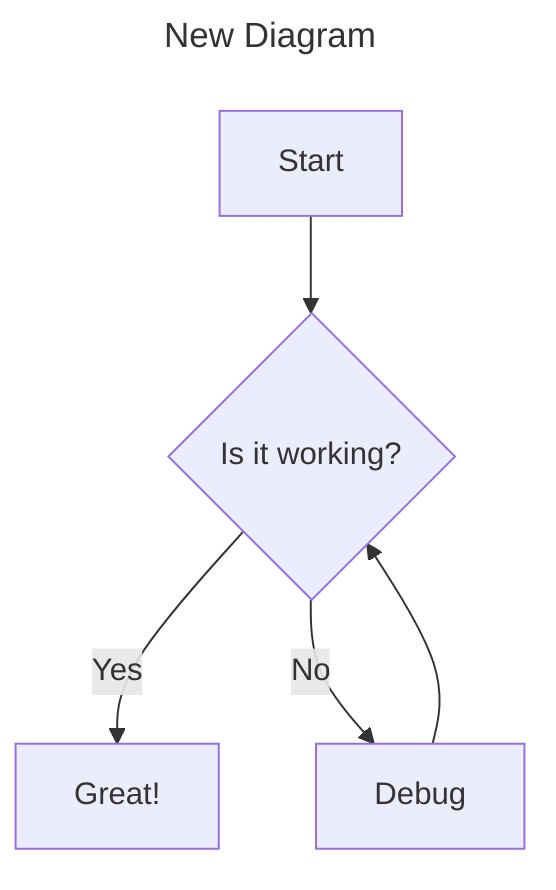
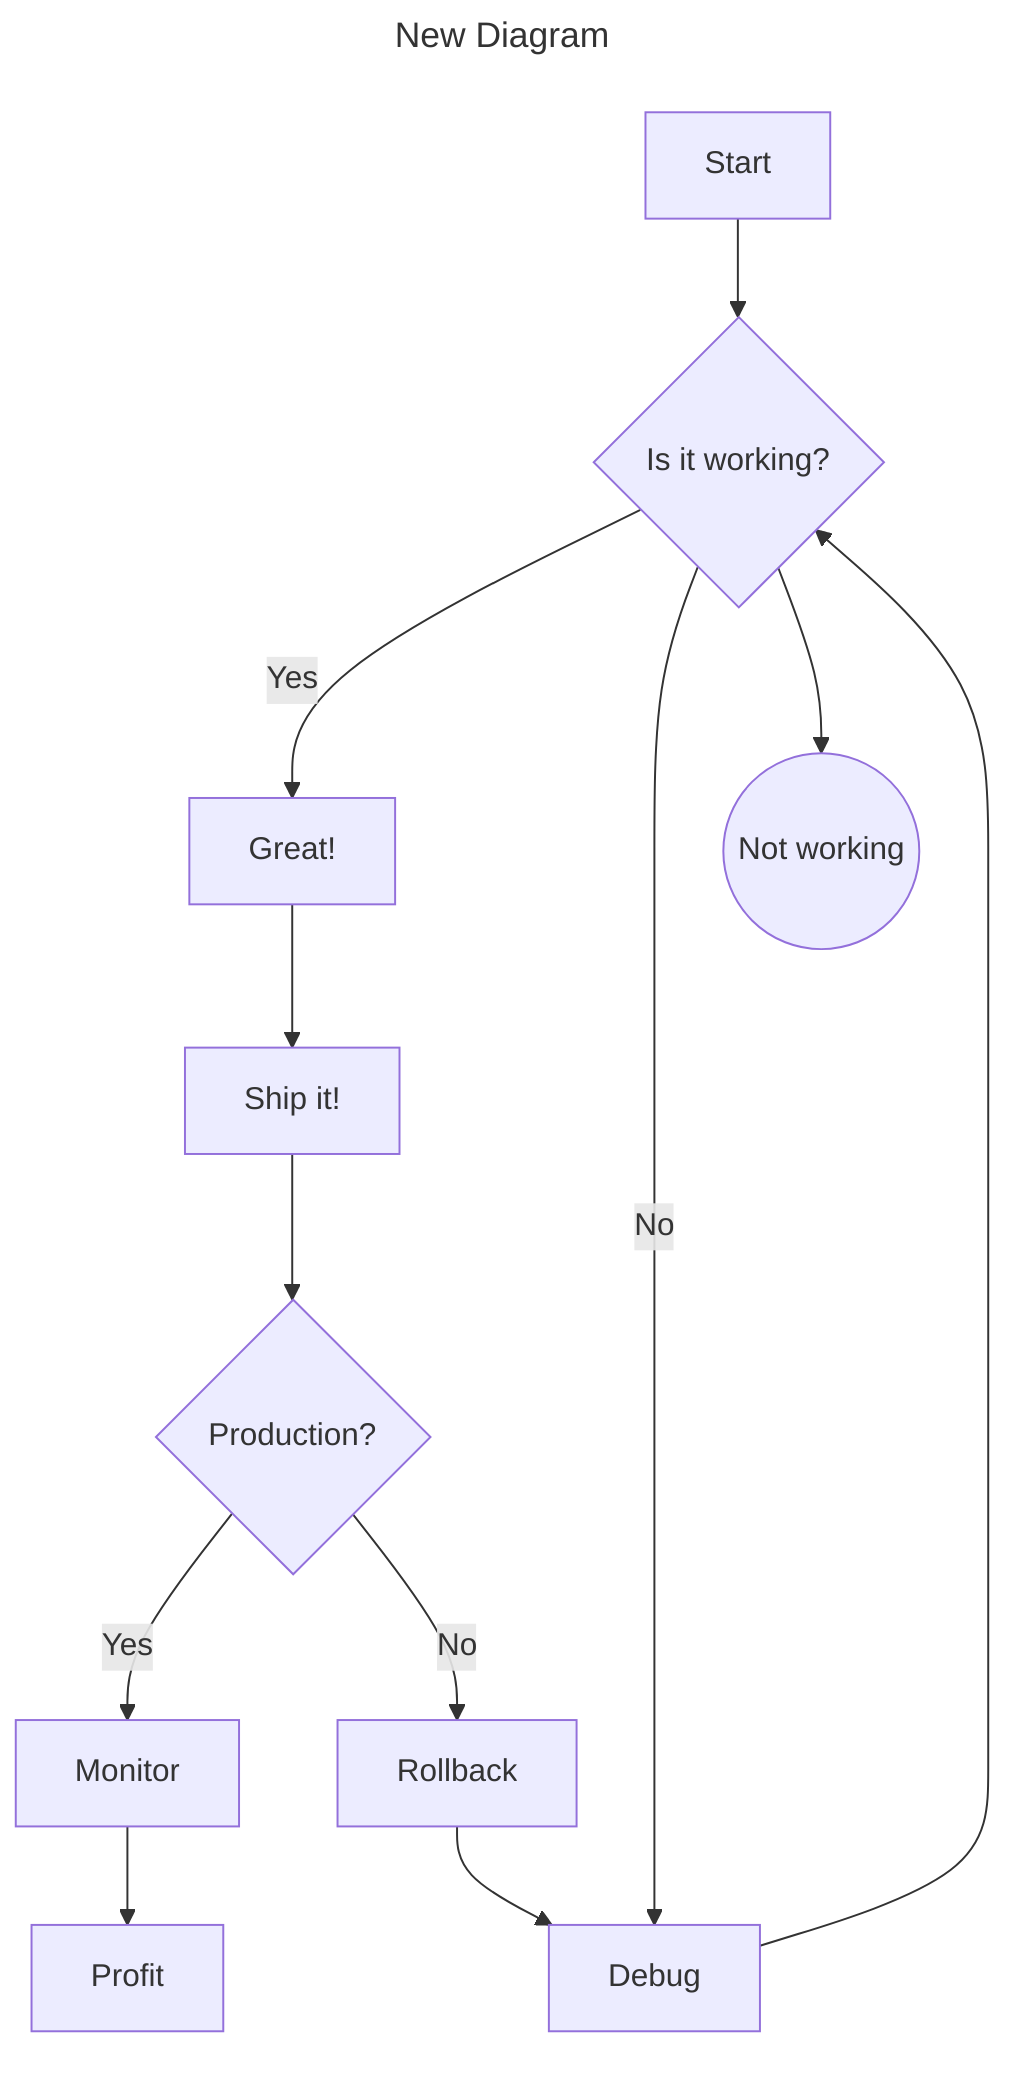
---
title: New Diagram
theme: dark
---

graph TD
    A[Start] --> B{Is it working?}
    B -->|Yes| C[Great!]
    B -->|No| D[Debug]
    D --> B
+     B --> E((Not working))
+     C --> F[Ship it!]
+     F --> G{Production?}
+     G -->|Yes| H[Monitor]
+     G -->|No| I[Rollback]
+     H --> J[Profit]
+     I --> D

- 
+ %%# System flow from start to production
+ %%# Debug loop ensures quality
